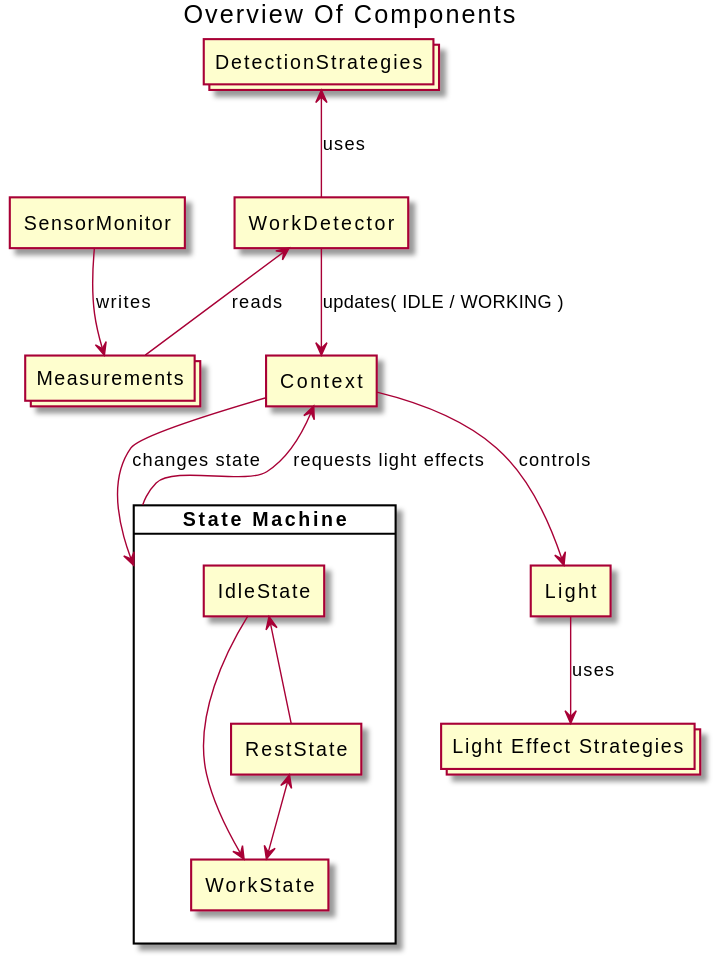
Earlier version of the PlantUML export docs/uml/compenents.svg (gmol/break-monitor). Source of this version:
```plantuml
@startuml
title Overview Of Components

card "State Machine" as sm {
    agent IdleState as idle
    agent WorkState as work
    agent RestState as rest
    idle --> work
    rest <--> work
    idle <-- rest
}
agent Context as context
agent WorkDetector as detector
agent SensorMonitor as monitor
collections Measurements as db
collections "Light Effect Strategies" as strategies
agent Light as light
collections DetectionStrategies as ds

context --> light : controls
light --> strategies : uses
context --> sm : changes state
monitor --> db : writes
detector <-- db : reads
detector --> context: updates( IDLE / WORKING )
context <-- sm : requests light effects
ds <-- detector : uses
@enduml
```
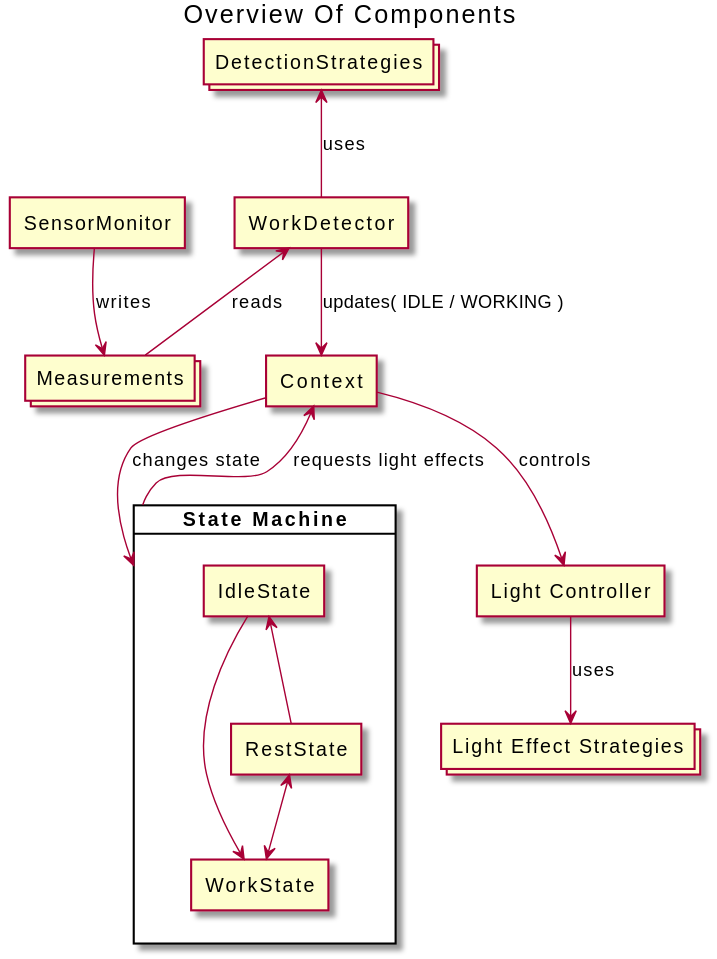
After the commit.

Change to the diagram source:
```diff
@@ -14,7 +14,7 @@
 agent SensorMonitor as monitor
 collections Measurements as db
 collections "Light Effect Strategies" as strategies
-agent Light as light
+agent "Light Controller" as light
 collections DetectionStrategies as ds
 
 context --> light : controls
```
